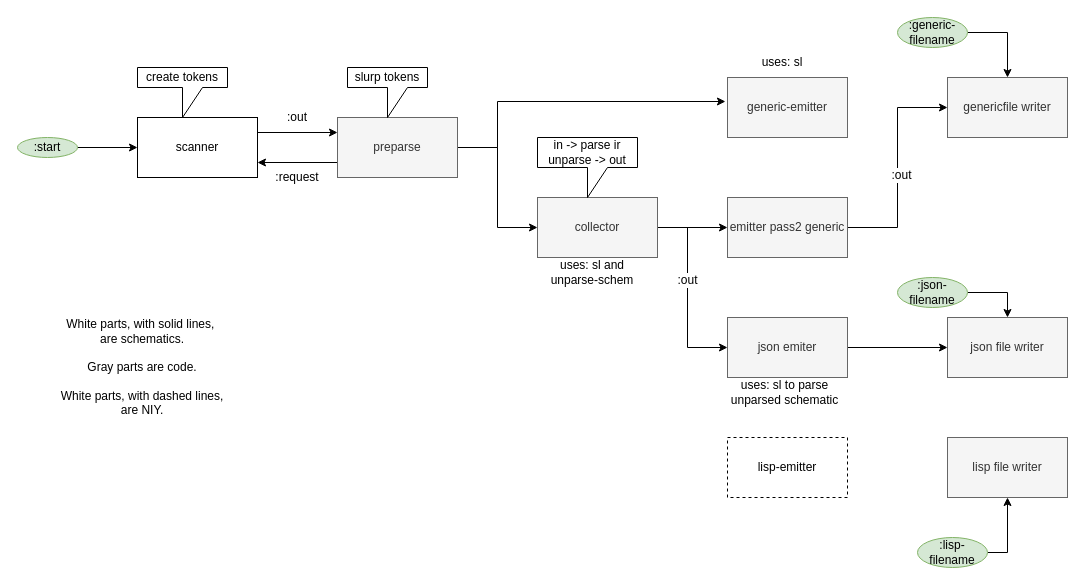
Earlier version of the draw.io diagram page "back end parser internals" (3 of 3) of svg/back-end/back-end.drawio (bmfbp/bmfbp). Source tidied: cells renumbered, new cells numbered last; positions are measured from the earlier drawing's top-left corner, leaving out a move shared by most shapes. Both pictures are drawn from the tidied source at 100%, with x=0, y=0 at pixel (17, 17).
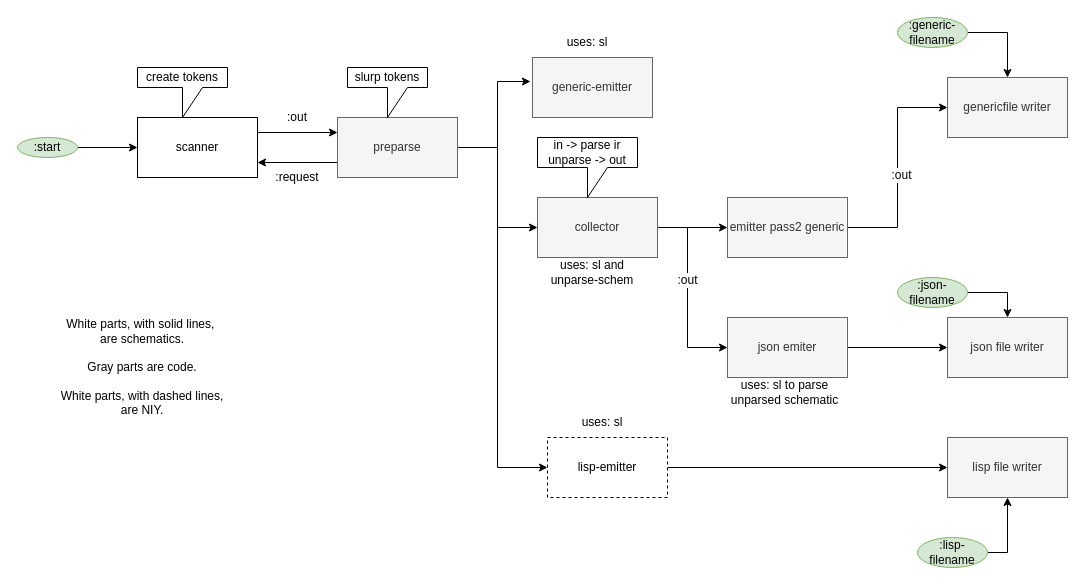
The same page after the edit.

Unchanged cells that the change refers to:
```xml
<mxCell id="7" value="preparse" style="rounded=0;whiteSpace=wrap;html=1;fillColor=#f5f5f5;strokeColor=#666666;fontColor=#333333;" parent="1" vertex="1">
  <mxGeometry x="320" y="100" width="120" height="60" as="geometry" />
</mxCell>
<mxCell id="31" value="lisp file writer" style="rounded=0;whiteSpace=wrap;html=1;fillColor=#f5f5f5;strokeColor=#666666;fontColor=#333333;" parent="1" vertex="1">
  <mxGeometry x="930" y="420" width="120" height="60" as="geometry" />
</mxCell>
```

Diff of the diagram source:
```diff
@@
     <mxCell id="6" style="edgeStyle=orthogonalEdgeStyle;rounded=0;jettySize=auto;html=1;exitX=1;exitY=0.5;exitDx=0;exitDy=0;entryX=-0.017;entryY=0.4;entryDx=0;entryDy=0;entryPerimeter=0;" parent="1" edge="1" source="7" target="8">
       <mxGeometry relative="1" as="geometry">
         <Array as="points">
           <mxPoint x="480" y="130" />
-          <mxPoint x="480" y="84" />
+          <mxPoint x="480" y="64" />
         </Array>
       </mxGeometry>
     </mxCell>
+    <mxCell id="39" style="edgeStyle=orthogonalEdgeStyle;rounded=0;jettySize=auto;html=1;exitX=1;exitY=0.5;exitDx=0;exitDy=0;entryX=0;entryY=0.5;entryDx=0;entryDy=0;" parent="1" edge="1" source="7" target="13">
+      <mxGeometry relative="1" as="geometry">
+        <Array as="points">
+          <mxPoint x="480" y="130" />
+          <mxPoint x="480" y="450" />
+        </Array>
+      </mxGeometry>
+    </mxCell>
@@
     <mxCell id="8" value="generic-emitter" style="rounded=0;whiteSpace=wrap;html=1;fillColor=#f5f5f5;strokeColor=#666666;fontColor=#333333;" parent="1" vertex="1">
-      <mxGeometry x="710" y="60" width="120" height="60" as="geometry" />
+      <mxGeometry x="515" y="40" width="120" height="60" as="geometry" />
     </mxCell>
@@
+    <mxCell id="40" style="edgeStyle=orthogonalEdgeStyle;rounded=0;jettySize=auto;html=1;exitX=1;exitY=0.5;exitDx=0;exitDy=0;" parent="1" edge="1" source="13" target="31">
+      <mxGeometry relative="1" as="geometry" />
+    </mxCell>
     <mxCell id="13" value="lisp-emitter" style="rounded=0;whiteSpace=wrap;html=1;dashed=1;" parent="1" vertex="1">
-      <mxGeometry x="710" y="420" width="120" height="60" as="geometry" />
+      <mxGeometry x="530" y="420" width="120" height="60" as="geometry" />
     </mxCell>
@@
     <mxCell id="33" value="uses: sl" style="text;html=1;strokeColor=none;fillColor=none;align=center;verticalAlign=middle;whiteSpace=wrap;rounded=0;" parent="1" vertex="1">
-      <mxGeometry x="710" y="30" width="110" height="30" as="geometry" />
+      <mxGeometry x="515" y="10" width="110" height="30" as="geometry" />
     </mxCell>
@@
+    <mxCell id="41" value="uses: sl" style="text;html=1;strokeColor=none;fillColor=none;align=center;verticalAlign=middle;whiteSpace=wrap;rounded=0;" parent="1" vertex="1">
+      <mxGeometry x="530" y="390" width="110" height="30" as="geometry" />
+    </mxCell>
```
